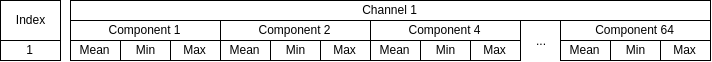
The draw.io diagram report/images/structure.png in TheDuckGoesQuark/mlclassification, before a commit. Source tidied: cells renumbered, new cells last; positions are measured from the earlier drawing's top-left corner, leaving out a move shared by most shapes.
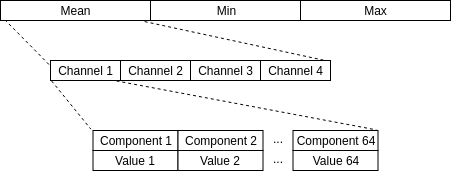
The same file after the commit.

Diff of the diagram source:
```diff
@@ -2,65 +2,62 @@
   <root>
     <mxCell id="0" />
     <mxCell id="1" parent="0" />
-    <mxCell id="2" value="Mean" style="rounded=0;whiteSpace=wrap;html=1;align=center;verticalAlign=middle;" parent="1" vertex="1">
-      <mxGeometry x="70" y="40" width="50" height="20" as="geometry" />
+    <mxCell id="2" style="rounded=0;jettySize=auto;html=1;exitX=0;exitY=0.75;exitDx=0;exitDy=0;entryX=0;entryY=0.25;entryDx=0;entryDy=0;dashed=1;endArrow=none;endFill=0;" parent="1" edge="1" source="3" target="9">
+      <mxGeometry relative="1" as="geometry" />
     </mxCell>
-    <mxCell id="3" value="Min" style="rounded=0;whiteSpace=wrap;html=1;align=center;verticalAlign=middle;" parent="1" vertex="1">
-      <mxGeometry x="120" y="40" width="50" height="20" as="geometry" />
+    <mxCell id="3" value="Mean" style="rounded=0;whiteSpace=wrap;html=1;align=center;verticalAlign=middle;" parent="1" vertex="1">
+      <mxGeometry x="70" y="-110" width="150" height="20" as="geometry" />
     </mxCell>
-    <mxCell id="4" value="Max" style="rounded=0;whiteSpace=wrap;html=1;align=center;verticalAlign=middle;" parent="1" vertex="1">
-      <mxGeometry x="170" y="40" width="50" height="20" as="geometry" />
+    <mxCell id="4" style="edgeStyle=none;rounded=0;jettySize=auto;html=1;exitX=0.96;exitY=1.055;exitDx=0;exitDy=0;entryX=0.992;entryY=0.038;entryDx=0;entryDy=0;entryPerimeter=0;dashed=1;endArrow=none;endFill=0;exitPerimeter=0;" parent="1" edge="1" source="3" target="13">
+      <mxGeometry relative="1" as="geometry" />
     </mxCell>
-    <mxCell id="5" value="Component 1" style="rounded=0;whiteSpace=wrap;html=1;align=center;verticalAlign=middle;" parent="1" vertex="1">
-      <mxGeometry x="70" y="20" width="150" height="20" as="geometry" />
+    <mxCell id="5" value="Min" style="rounded=0;whiteSpace=wrap;html=1;align=center;verticalAlign=middle;" parent="1" vertex="1">
+      <mxGeometry x="220" y="-110" width="150" height="20" as="geometry" />
     </mxCell>
-    <mxCell id="6" value="Channel 1" style="rounded=0;whiteSpace=wrap;html=1;align=center;verticalAlign=middle;" parent="1" vertex="1">
-      <mxGeometry x="70" width="640" height="20" as="geometry" />
+    <mxCell id="6" value="Max" style="rounded=0;whiteSpace=wrap;html=1;align=center;verticalAlign=middle;" parent="1" vertex="1">
+      <mxGeometry x="370" y="-110" width="150" height="20" as="geometry" />
     </mxCell>
-    <mxCell id="7" value="Mean" style="rounded=0;whiteSpace=wrap;html=1;align=center;verticalAlign=middle;" parent="1" vertex="1">
-      <mxGeometry x="220" y="40" width="50" height="20" as="geometry" />
+    <mxCell id="7" value="Component 1" style="rounded=0;whiteSpace=wrap;html=1;align=center;verticalAlign=middle;" parent="1" vertex="1">
+      <mxGeometry x="162.5" y="20" width="85" height="20" as="geometry" />
     </mxCell>
-    <mxCell id="8" value="Min" style="rounded=0;whiteSpace=wrap;html=1;align=center;verticalAlign=middle;" parent="1" vertex="1">
-      <mxGeometry x="270" y="40" width="50" height="20" as="geometry" />
+    <mxCell id="8" style="edgeStyle=none;rounded=0;jettySize=auto;html=1;exitX=0.018;exitY=1.029;exitDx=0;exitDy=0;entryX=-0.024;entryY=-0.071;entryDx=0;entryDy=0;entryPerimeter=0;dashed=1;endArrow=none;endFill=0;exitPerimeter=0;" parent="1" edge="1" source="9" target="7">
+      <mxGeometry relative="1" as="geometry" />
     </mxCell>
-    <mxCell id="9" value="Max" style="rounded=0;whiteSpace=wrap;html=1;align=center;verticalAlign=middle;" parent="1" vertex="1">
-      <mxGeometry x="320" y="40" width="50" height="20" as="geometry" />
+    <mxCell id="9" value="Channel 1" style="rounded=0;whiteSpace=wrap;html=1;align=center;verticalAlign=middle;" parent="1" vertex="1">
+      <mxGeometry x="120" y="-50" width="70" height="20" as="geometry" />
     </mxCell>
-    <mxCell id="10" value="Component 2" style="rounded=0;whiteSpace=wrap;html=1;align=center;verticalAlign=middle;" parent="1" vertex="1">
-      <mxGeometry x="220" y="20" width="150" height="20" as="geometry" />
+    <mxCell id="10" value="Channel 2" style="rounded=0;whiteSpace=wrap;html=1;align=center;verticalAlign=middle;" parent="1" vertex="1">
+      <mxGeometry x="190" y="-50" width="70" height="20" as="geometry" />
     </mxCell>
-    <mxCell id="11" value="Mean" style="rounded=0;whiteSpace=wrap;html=1;align=center;verticalAlign=middle;" parent="1" vertex="1">
-      <mxGeometry x="370" y="40" width="50" height="20" as="geometry" />
+    <mxCell id="11" value="Channel 3" style="rounded=0;whiteSpace=wrap;html=1;align=center;verticalAlign=middle;" parent="1" vertex="1">
+      <mxGeometry x="260" y="-50" width="70" height="20" as="geometry" />
     </mxCell>
-    <mxCell id="12" value="Min" style="rounded=0;whiteSpace=wrap;html=1;align=center;verticalAlign=middle;" parent="1" vertex="1">
-      <mxGeometry x="420" y="40" width="50" height="20" as="geometry" />
+    <mxCell id="12" style="edgeStyle=none;rounded=0;jettySize=auto;html=1;entryX=0.984;entryY=-0.043;entryDx=0;entryDy=0;entryPerimeter=0;dashed=1;endArrow=none;endFill=0;exitX=0.937;exitY=1.014;exitDx=0;exitDy=0;exitPerimeter=0;" parent="1" edge="1" source="9" target="17">
+      <mxGeometry relative="1" as="geometry" />
     </mxCell>
-    <mxCell id="13" value="Max" style="rounded=0;whiteSpace=wrap;html=1;align=center;verticalAlign=middle;" parent="1" vertex="1">
-      <mxGeometry x="470" y="40" width="50" height="20" as="geometry" />
+    <mxCell id="13" value="Channel 4" style="rounded=0;whiteSpace=wrap;html=1;align=center;verticalAlign=middle;" parent="1" vertex="1">
+      <mxGeometry x="330" y="-50" width="70" height="20" as="geometry" />
     </mxCell>
-    <mxCell id="14" value="Component 4" style="rounded=0;whiteSpace=wrap;html=1;align=center;verticalAlign=middle;" parent="1" vertex="1">
-      <mxGeometry x="370" y="20" width="150" height="20" as="geometry" />
+    <mxCell id="14" value="Component 2" style="rounded=0;whiteSpace=wrap;html=1;align=center;verticalAlign=middle;" parent="1" vertex="1">
+      <mxGeometry x="247.5" y="20" width="85" height="20" as="geometry" />
     </mxCell>
-    <mxCell id="15" value="Mean" style="rounded=0;whiteSpace=wrap;html=1;align=center;verticalAlign=middle;" parent="1" vertex="1">
-      <mxGeometry x="560" y="40" width="50" height="20" as="geometry" />
+    <mxCell id="15" value="..." style="text;html=1;align=center;verticalAlign=middle;spacingTop=-4;" parent="1" vertex="1">
+      <mxGeometry x="332.5" y="20" width="30" height="20" as="geometry" />
     </mxCell>
-    <mxCell id="16" value="Min" style="rounded=0;whiteSpace=wrap;html=1;align=center;verticalAlign=middle;" parent="1" vertex="1">
-      <mxGeometry x="610" y="40" width="50" height="20" as="geometry" />
+    <mxCell id="16" value="..." style="text;html=1;align=center;verticalAlign=middle;spacingTop=-4;" parent="1" vertex="1">
+      <mxGeometry x="332.5" y="40" width="30" height="20" as="geometry" />
     </mxCell>
-    <mxCell id="17" value="Max" style="rounded=0;whiteSpace=wrap;html=1;align=center;verticalAlign=middle;" parent="1" vertex="1">
-      <mxGeometry x="660" y="40" width="50" height="20" as="geometry" />
+    <mxCell id="17" value="Component 64" style="rounded=0;whiteSpace=wrap;html=1;align=center;verticalAlign=middle;" parent="1" vertex="1">
+      <mxGeometry x="362.5" y="20" width="85" height="20" as="geometry" />
     </mxCell>
-    <mxCell id="18" value="Component 64" style="rounded=0;whiteSpace=wrap;html=1;align=center;verticalAlign=middle;" parent="1" vertex="1">
-      <mxGeometry x="560" y="20" width="150" height="20" as="geometry" />
+    <mxCell id="18" value="Value 1" style="rounded=0;whiteSpace=wrap;html=1;align=center;verticalAlign=middle;" parent="1" vertex="1">
+      <mxGeometry x="162.5" y="40" width="85" height="20" as="geometry" />
     </mxCell>
-    <mxCell id="19" value="..." style="text;html=1;strokeColor=none;fillColor=none;align=center;verticalAlign=middle;whiteSpace=wrap;rounded=0;" parent="1" vertex="1">
-      <mxGeometry x="520" y="30" width="40" height="20" as="geometry" />
+    <mxCell id="19" value="Value 2" style="rounded=0;whiteSpace=wrap;html=1;align=center;verticalAlign=middle;" parent="1" vertex="1">
+      <mxGeometry x="247.5" y="40" width="85" height="20" as="geometry" />
     </mxCell>
-    <mxCell id="20" value="1" style="rounded=0;whiteSpace=wrap;html=1;align=center;verticalAlign=middle;" parent="1" vertex="1">
-      <mxGeometry y="40" width="60" height="20" as="geometry" />
+    <mxCell id="20" value="Value 64" style="rounded=0;whiteSpace=wrap;html=1;align=center;verticalAlign=middle;" parent="1" vertex="1">
+      <mxGeometry x="362.5" y="40" width="85" height="20" as="geometry" />
     </mxCell>
-    <mxCell id="21" value="Index" style="rounded=0;whiteSpace=wrap;html=1;align=center;verticalAlign=middle;" parent="1" vertex="1">
-      <mxGeometry width="60" height="40" as="geometry" />
-    </mxCell>
   </root>
 </mxGraphModel>
```
